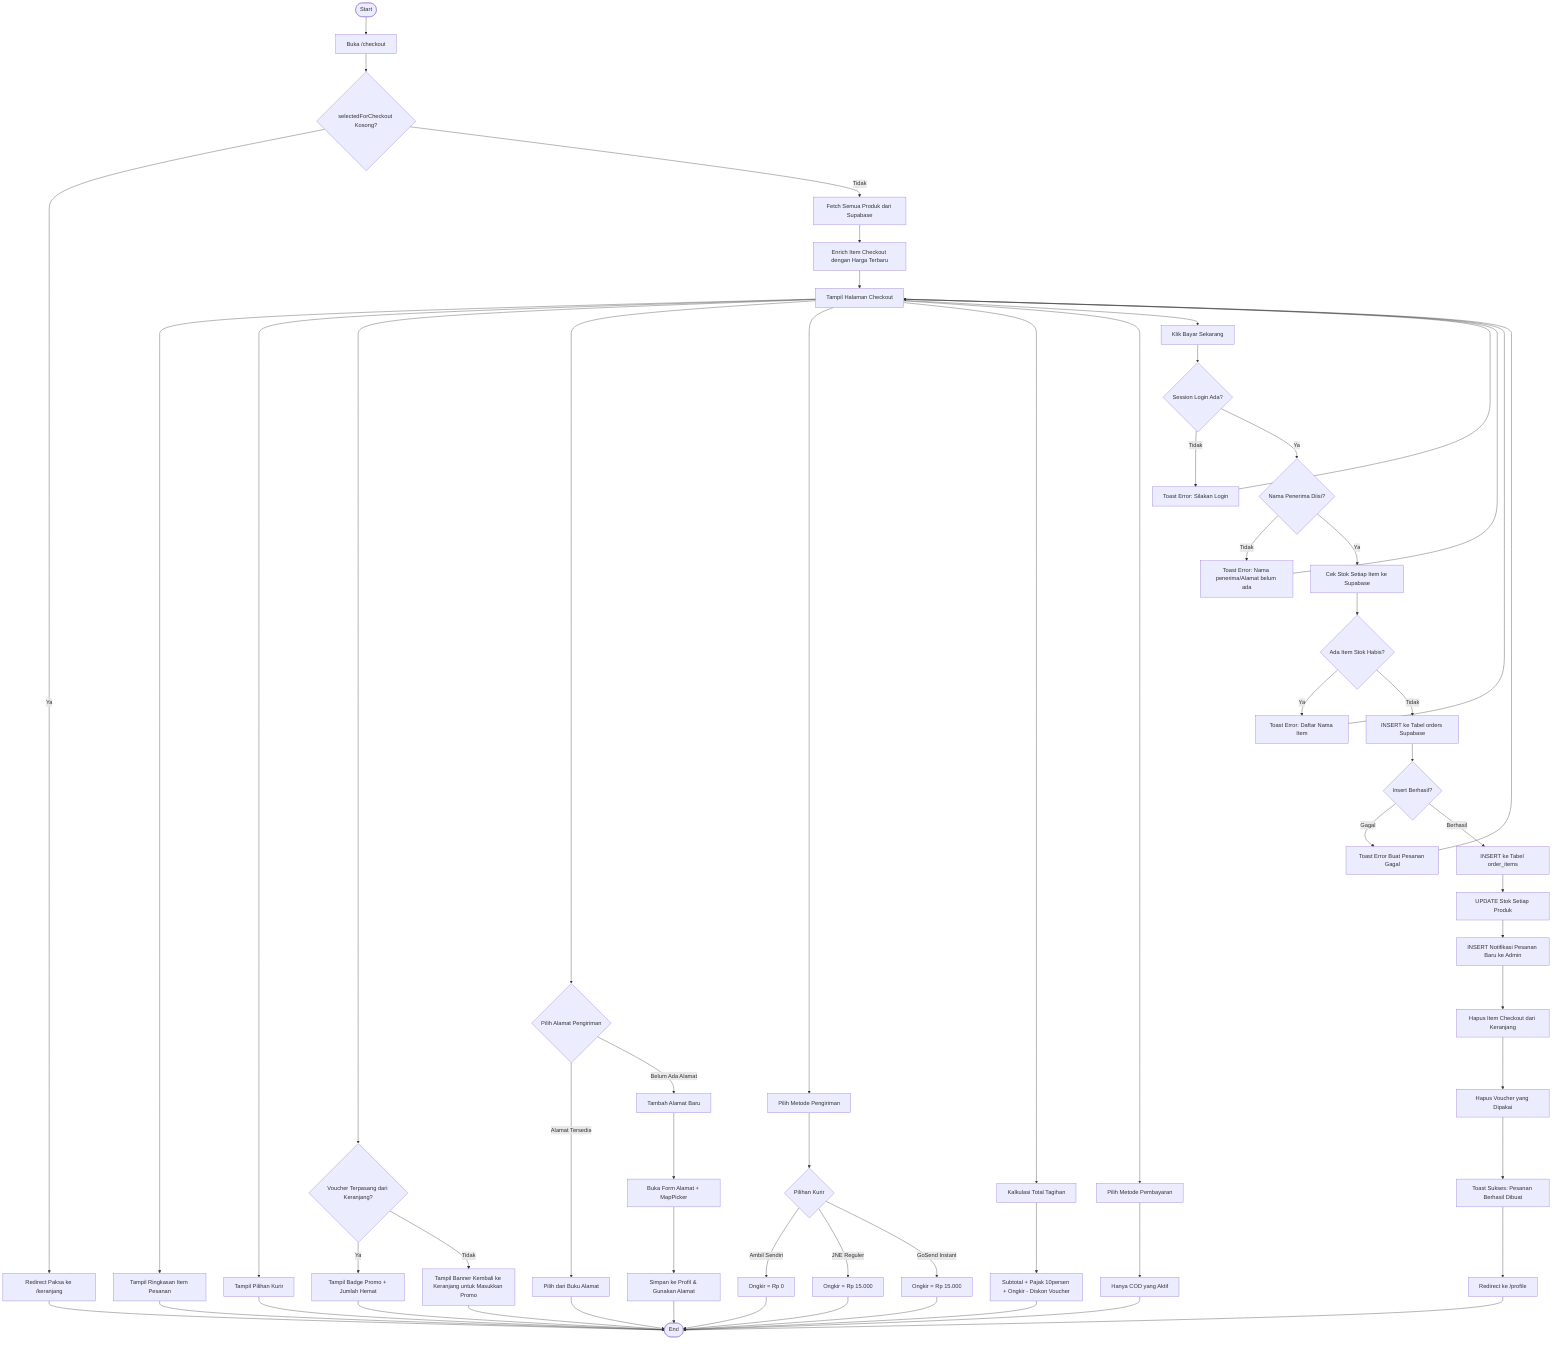
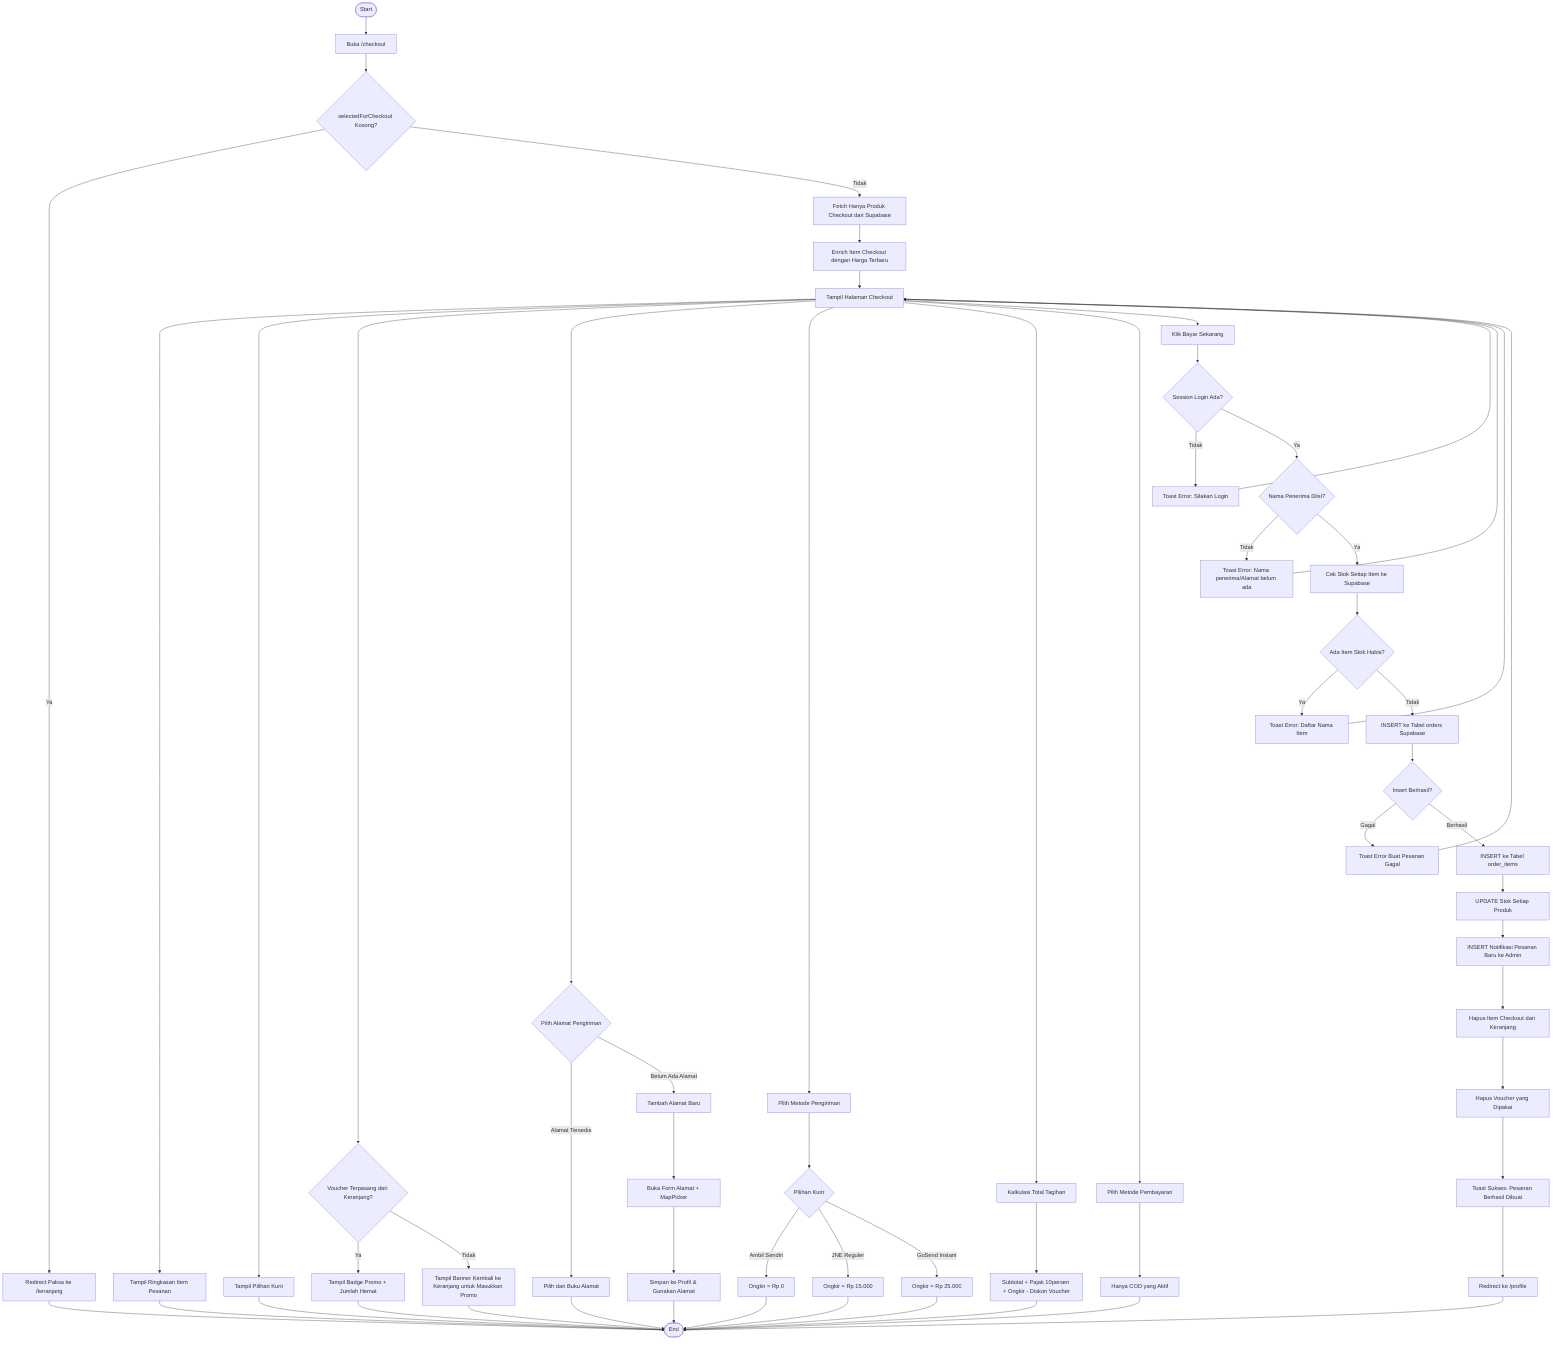
flowchart TD
    A([Start]) --> B[Buka /checkout]
    B --> C{selectedForCheckout Kosong?}
    C -->|Ya| D[Redirect Paksa ke /keranjang]
-     C -->|Tidak| E[Fetch Semua Produk dari Supabase]
+     C -->|Tidak| E[Fetch Hanya Produk Checkout dari Supabase]
    E --> F[Enrich Item Checkout dengan Harga Terbaru]

    F --> G[Tampil Halaman Checkout]

    G --> H[Tampil Ringkasan Item Pesanan]
    G --> I[Tampil Pilihan Kurir]
    G --> J{Voucher Terpasang dari Keranjang?}
    J -->|Ya| K[Tampil Badge Promo + Jumlah Hemat]
    J -->|Tidak| L[Tampil Banner Kembali ke Keranjang untuk Masukkan Promo]

    G --> M{Pilih Alamat Pengiriman}
    M -->|Alamat Tersedia| M1[Pilih dari Buku Alamat]
    M -->|Belum Ada Alamat| M2[Tambah Alamat Baru]
    M2 --> M3[Buka Form Alamat + MapPicker]
    M3 --> M4[Simpan ke Profil & Gunakan Alamat]
    G --> N[Pilih Metode Pengiriman]
    N --> O{Pilihan Kurir}
    O -->|Ambil Sendiri| P[Ongkir = Rp 0]
    O -->|JNE Reguler| Q[Ongkir = Rp 15.000]
-     O -->|GoSend Instant| R[Ongkir = Rp 15.000]
+     O -->|GoSend Instant| R[Ongkir = Rp 25.000]

    G --> S[Kalkulasi Total Tagihan]
    S --> T[Subtotal + Pajak 10persen + Ongkir - Diskon Voucher]

    G --> U[Pilih Metode Pembayaran]
    U --> V[Hanya COD yang Aktif]

    G --> W[Klik Bayar Sekarang]
    W --> X{Session Login Ada?}
    X -->|Tidak| Y[Toast Error: Silakan Login]
    Y --> G
    X -->|Ya| Z{Nama Penerima Diisi?}
    Z -->|Tidak| AA[Toast Error: Nama penerima/Alamat belum ada]
    AA --> G
    Z -->|Ya| AB[Cek Stok Setiap Item ke Supabase]
    AB --> AC{Ada Item Stok Habis?}
    AC -->|Ya| AD[Toast Error: Daftar Nama Item]
    AD --> G
    AC -->|Tidak| AE[INSERT ke Tabel orders Supabase]
    AE --> AF{Insert Berhasil?}
    AF -->|Gagal| AG[Toast Error Buat Pesanan Gagal]
    AG --> G
    AF -->|Berhasil| AH[INSERT ke Tabel order_items]
    AH --> AI[UPDATE Stok Setiap Produk]
    AI --> AJ[INSERT Notifikasi Pesanan Baru ke Admin]
    AJ --> AK[Hapus Item Checkout dari Keranjang]
    AK --> AL[Hapus Voucher yang Dipakai]
    AL --> AM[Toast Sukses: Pesanan Berhasil Dibuat]
    AM --> AN[Redirect ke /profile]

    %% Menambahkan oval End pada titik akhir
    D --> Z_END([End])
    H --> Z_END([End])
    I --> Z_END([End])
    K --> Z_END([End])
    L --> Z_END([End])
    M1 --> Z_END([End])
    M4 --> Z_END([End])
    P --> Z_END([End])
    Q --> Z_END([End])
    R --> Z_END([End])
    T --> Z_END([End])
    V --> Z_END([End])
    AN --> Z_END([End])
